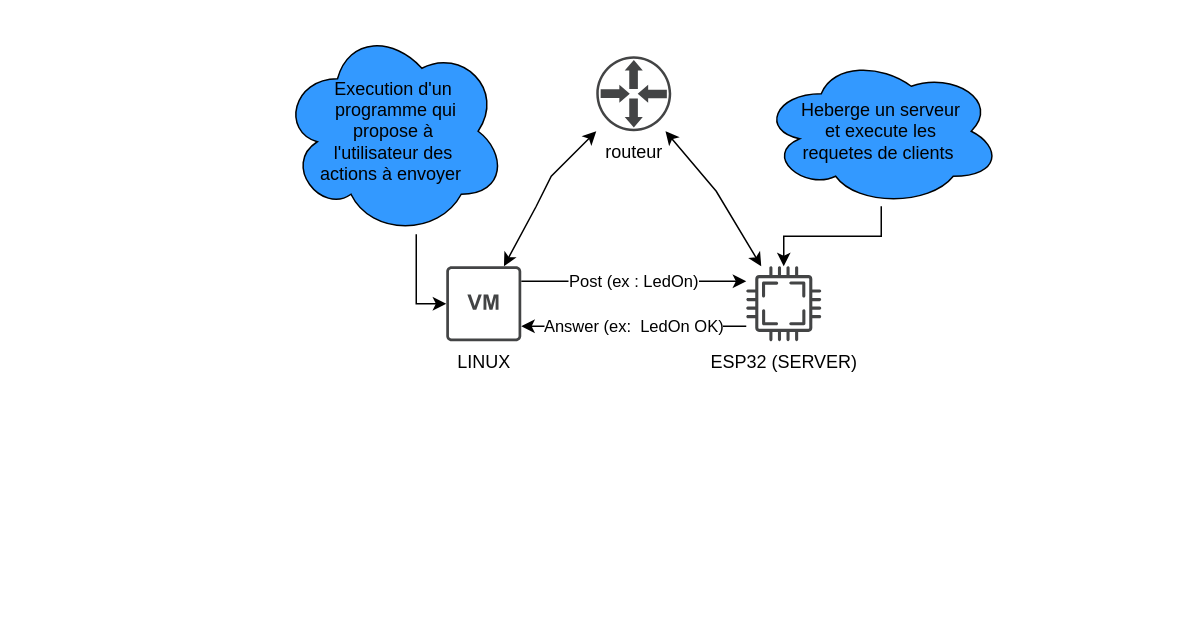
Marinemrnt/Projet-OS keeps this draw.io diagram as Diagram_System.drawio. Above is the earlier version. Source tidied: cells renumbered, new cells numbered last; positions are measured from the earlier drawing's top-left corner, leaving out a move shared by most shapes. Both pictures are drawn from the tidied source at 150%, with x=0, y=0 at pixel (280, 26).
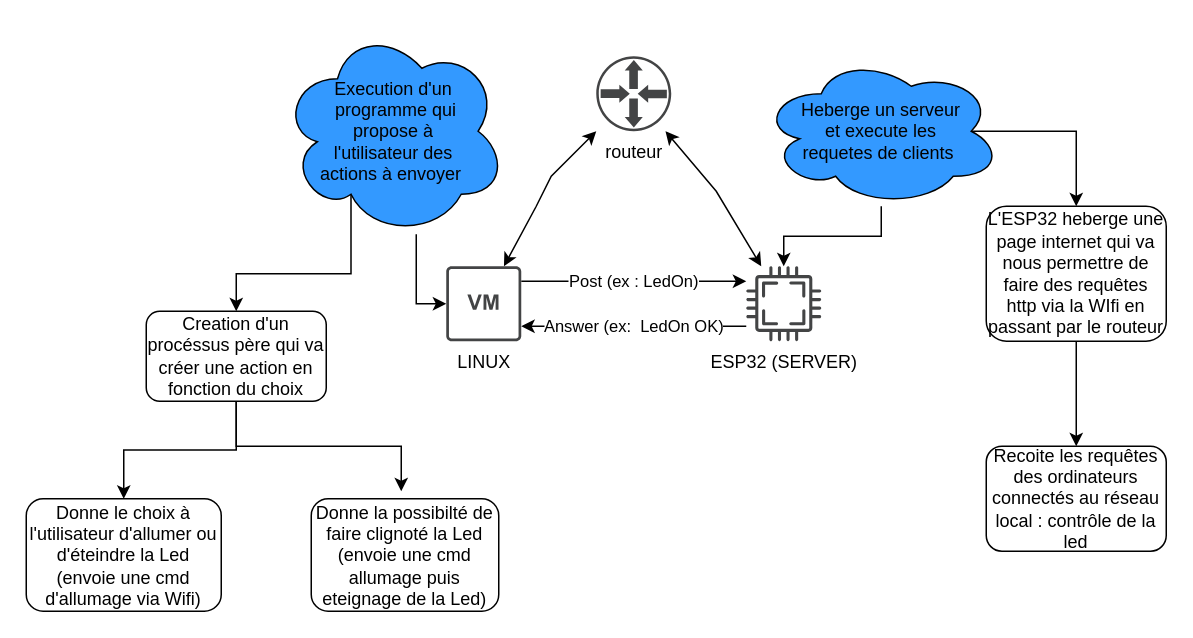
The same diagram, later.

Unchanged cells that the change refers to:
```xml
<mxCell id="10" value="&lt;font style=&quot;font-size: 12px;&quot;&gt;Heberge un serveur &lt;br&gt;et execute les &lt;br&gt;requetes de clients&amp;nbsp;&lt;/font&gt;" style="ellipse;shape=cloud;whiteSpace=wrap;html=1;fillColor=#3399FF;" parent="1" vertex="1">
  <mxGeometry x="320" y="20" width="160" height="100" as="geometry" />
</mxCell>
<mxCell id="12" value="Execution d'un&lt;br&gt;&amp;nbsp;programme qui &lt;br&gt;propose à &lt;br&gt;l'utilisateur des &lt;br&gt;actions à envoyer&amp;nbsp;" style="ellipse;shape=cloud;whiteSpace=wrap;html=1;fontSize=12;fillColor=#3399FF;" parent="1" vertex="1">
  <mxGeometry width="150" height="140" as="geometry" />
</mxCell>
```

Diff of the diagram source:
```diff
@@
+    <mxCell id="13" style="edgeStyle=orthogonalEdgeStyle;rounded=0;jettySize=auto;html=1;exitX=0.875;exitY=0.5;exitDx=0;exitDy=0;exitPerimeter=0;entryX=0.5;entryY=0;entryDx=0;entryDy=0;" parent="1" edge="1" source="10" target="21">
+      <mxGeometry relative="1" as="geometry">
+        <Array as="points">
+          <mxPoint x="530" y="70" />
+        </Array>
+      </mxGeometry>
+    </mxCell>
@@
+    <mxCell id="14" style="edgeStyle=orthogonalEdgeStyle;rounded=0;jettySize=auto;html=1;exitX=0.31;exitY=0.8;exitDx=0;exitDy=0;exitPerimeter=0;entryX=0.5;entryY=0;entryDx=0;entryDy=0;" parent="1" edge="1" source="12" target="17">
+      <mxGeometry relative="1" as="geometry" />
+    </mxCell>
@@
+    <mxCell id="15" style="edgeStyle=orthogonalEdgeStyle;rounded=0;jettySize=auto;html=1;exitX=0.5;exitY=1;exitDx=0;exitDy=0;entryX=0.5;entryY=0;entryDx=0;entryDy=0;" parent="1" edge="1" source="17" target="18">
+      <mxGeometry relative="1" as="geometry" />
+    </mxCell>
+    <mxCell id="16" style="edgeStyle=orthogonalEdgeStyle;rounded=0;jettySize=auto;html=1;exitX=0.5;exitY=1;exitDx=0;exitDy=0;" parent="1" edge="1" source="17">
+      <mxGeometry relative="1" as="geometry">
+        <mxPoint x="80" y="310" as="targetPoint" />
+        <Array as="points">
+          <mxPoint x="-30" y="280" />
+          <mxPoint x="80" y="280" />
+        </Array>
+      </mxGeometry>
+    </mxCell>
+    <mxCell id="17" value="Creation d'un procéssus père qui va créer une action en fonction du choix" style="rounded=1;whiteSpace=wrap;html=1;" parent="1" vertex="1">
+      <mxGeometry x="-90" y="190" width="120" height="60" as="geometry" />
+    </mxCell>
+    <mxCell id="18" value="Donne le choix à l'utilisateur d'allumer ou d'éteindre la Led (envoie une cmd d'allumage via Wifi)" style="rounded=1;whiteSpace=wrap;html=1;" parent="1" vertex="1">
+      <mxGeometry x="-170" y="315" width="130" height="75" as="geometry" />
+    </mxCell>
+    <mxCell id="19" value="Donne la possibilté de faire clignoté la Led (envoie une cmd allumage puis eteignage de la Led)" style="rounded=1;whiteSpace=wrap;html=1;" parent="1" vertex="1">
+      <mxGeometry x="20" y="315" width="125" height="75" as="geometry" />
+    </mxCell>
+    <mxCell id="20" style="edgeStyle=orthogonalEdgeStyle;rounded=0;jettySize=auto;html=1;exitX=0.5;exitY=1;exitDx=0;exitDy=0;entryX=0.5;entryY=0;entryDx=0;entryDy=0;" parent="1" edge="1" source="21" target="22">
+      <mxGeometry relative="1" as="geometry" />
+    </mxCell>
+    <mxCell id="21" value="L'ESP32 heberge une page internet qui va nous permettre de faire des requêtes http via la WIfi en passant par le routeur" style="rounded=1;whiteSpace=wrap;html=1;" parent="1" vertex="1">
+      <mxGeometry x="470" y="120" width="120" height="90" as="geometry" />
+    </mxCell>
+    <mxCell id="22" value="Recoite les requêtes des ordinateurs connectés au réseau local : contrôle de la led" style="rounded=1;whiteSpace=wrap;html=1;" parent="1" vertex="1">
+      <mxGeometry x="470" y="280" width="120" height="70" as="geometry" />
+    </mxCell>
```
